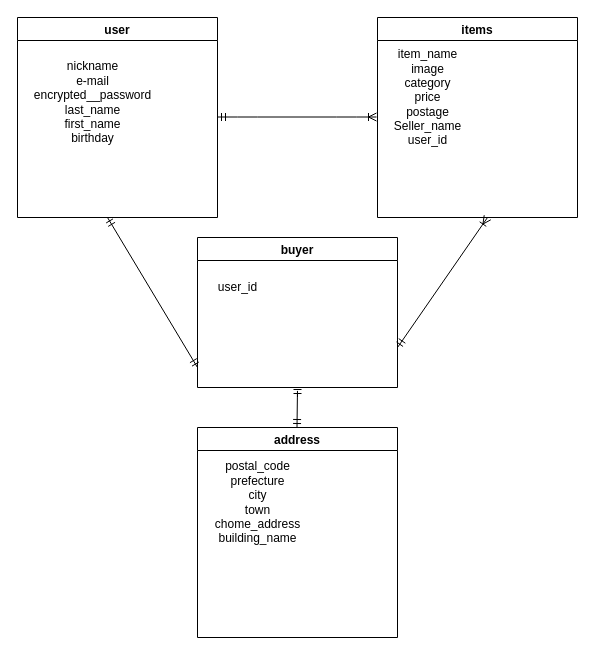
Earlier version of the draw.io diagram app/DB.dio (Tokuzo4/furima-37165). Source tidied: cells renumbered, new cells numbered last; positions are measured from the earlier drawing's top-left corner, leaving out a move shared by most shapes. Both pictures are drawn from the tidied source at 100%, with x=0, y=0 at pixel (17, 17).
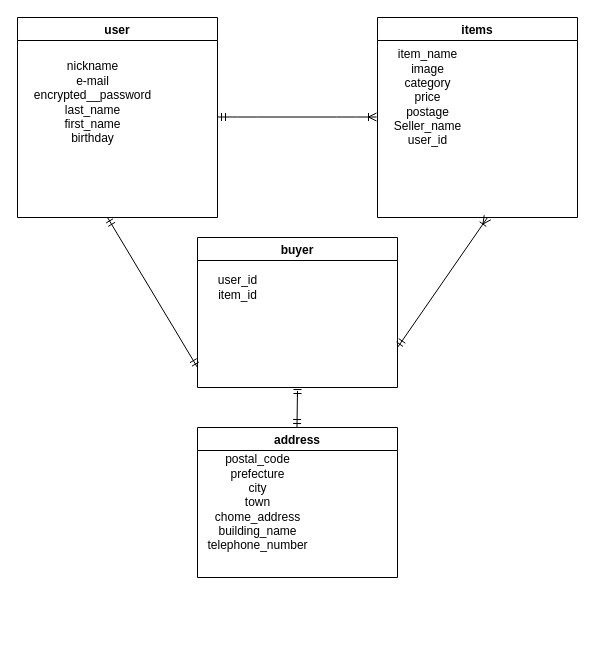
Above is the later version.

Commit message (it also covers changes not shown here):
データベース設計-3

The edit, as a diff of the source:
```diff
@@
 <mxGraphModel>
   <root>
     <mxCell id="0" />
     <mxCell id="1" parent="0" />
     <mxCell id="2" value="user" style="swimlane;" parent="1" vertex="1">
       <mxGeometry width="200" height="200" as="geometry" />
     </mxCell>
     <mxCell id="3" value="nickname&lt;br&gt;e-mail&lt;br&gt;encrypted__password&lt;br&gt;last_name&lt;br&gt;first_name&lt;br&gt;birthday" style="text;html=1;align=center;verticalAlign=middle;fillColor=none;strokeColor=none;rounded=0;" parent="2" vertex="1">
       <mxGeometry x="10" y="40" width="130" height="90" as="geometry" />
     </mxCell>
     <mxCell id="4" value="items" style="swimlane;" parent="1" vertex="1">
       <mxGeometry x="360" width="200" height="200" as="geometry" />
     </mxCell>
     <mxCell id="5" value="item_name&lt;br&gt;image&lt;br&gt;category&lt;br&gt;price&lt;br&gt;postage&lt;br&gt;Seller_name&lt;br&gt;user_id" style="text;html=1;align=center;verticalAlign=middle;fillColor=none;strokeColor=none;rounded=0;" parent="4" vertex="1">
       <mxGeometry x="10" y="30" width="80" height="100" as="geometry" />
     </mxCell>
     <mxCell id="6" style="edgeStyle=entityRelationEdgeStyle;fontSize=12;html=1;endArrow=ERoneToMany;startArrow=ERmandOne;" parent="1" edge="1">
       <mxGeometry relative="1" as="geometry">
         <mxPoint x="200" y="99.5" as="sourcePoint" />
         <mxPoint x="359" y="99.5" as="targetPoint" />
       </mxGeometry>
     </mxCell>
     <mxCell id="7" value="buyer" style="swimlane;" parent="1" vertex="1">
       <mxGeometry x="180" y="220" width="200" height="150" as="geometry" />
     </mxCell>
-    <mxCell id="8" value="user_id&lt;br&gt;" style="text;html=1;align=center;verticalAlign=middle;fillColor=none;strokeColor=none;rounded=0;" parent="7" vertex="1">
-      <mxGeometry x="15" y="40" width="50" height="20" as="geometry" />
+    <mxCell id="8" value="user_id&lt;br&gt;item_id" style="text;html=1;align=center;verticalAlign=middle;fillColor=none;strokeColor=none;rounded=0;" parent="7" vertex="1">
+      <mxGeometry x="15" y="35" width="50" height="30" as="geometry" />
     </mxCell>
     <mxCell id="9" style="fontSize=12;html=1;endArrow=ERoneToMany;startArrow=ERmandOne;" parent="1" edge="1">
       <mxGeometry relative="1" as="geometry">
         <mxPoint x="380" y="330" as="sourcePoint" />
         <mxPoint x="470" y="200" as="targetPoint" />
       </mxGeometry>
     </mxCell>
     <mxCell id="10" style="fontSize=12;html=1;endArrow=ERmandOne;startArrow=ERmandOne;" parent="1" edge="1">
       <mxGeometry relative="1" as="geometry">
         <mxPoint x="180" y="350" as="sourcePoint" />
         <mxPoint x="90" y="200" as="targetPoint" />
       </mxGeometry>
     </mxCell>
     <mxCell id="11" value="address" style="swimlane;" parent="1" vertex="1">
-      <mxGeometry x="180" y="410" width="200" height="210" as="geometry" />
+      <mxGeometry x="180" y="410" width="200" height="150" as="geometry" />
     </mxCell>
-    <mxCell id="12" value="postal_code&lt;br&gt;prefecture&lt;br&gt;city&lt;br&gt;town&lt;br&gt;chome_address&lt;br&gt;building_name" style="text;html=1;align=center;verticalAlign=middle;fillColor=none;strokeColor=none;rounded=0;" parent="11" vertex="1">
-      <mxGeometry x="10" y="30" width="100" height="90" as="geometry" />
+    <mxCell id="12" value="postal_code&lt;br&gt;prefecture&lt;br&gt;city&lt;br&gt;town&lt;br&gt;chome_address&lt;br&gt;building_name&lt;br&gt;telephone_number" style="text;html=1;align=center;verticalAlign=middle;fillColor=none;strokeColor=none;rounded=0;" parent="11" vertex="1">
+      <mxGeometry y="25" width="120" height="100" as="geometry" />
     </mxCell>
     <mxCell id="13" style="fontSize=12;html=1;endArrow=ERmandOne;startArrow=ERmandOne;" parent="1" edge="1">
       <mxGeometry relative="1" as="geometry">
         <mxPoint x="279.5" y="410" as="sourcePoint" />
         <mxPoint x="280" y="380" as="targetPoint" />
         <Array as="points">
           <mxPoint x="280" y="370" />
         </Array>
       </mxGeometry>
     </mxCell>
   </root>
 </mxGraphModel>
```
